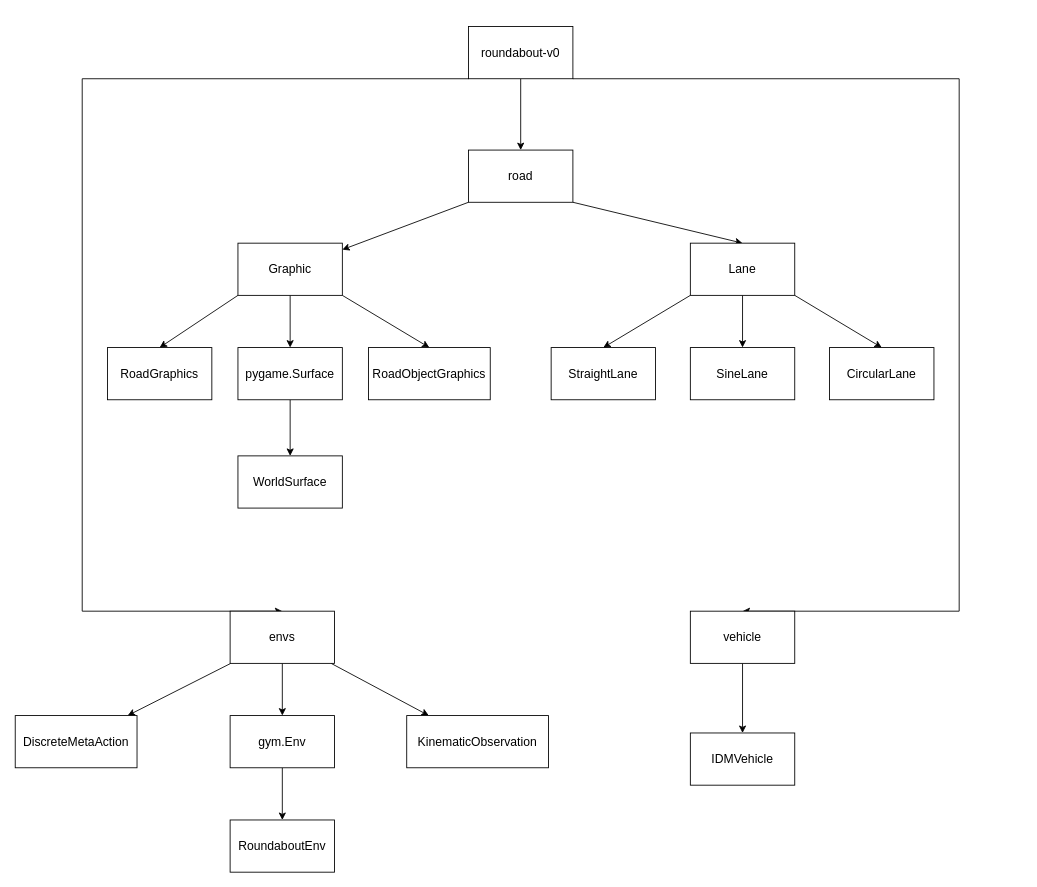
Above: roundabout-v0架构.drawio in freemedom/drawio (draw.io), before the change. Source tidied: cells renumbered, new cells numbered last; positions are measured from the earlier drawing's top-left corner, leaving out a move shared by most shapes. Both pictures are drawn from the tidied source at 87%, with x=0, y=0 at pixel (15, 26).
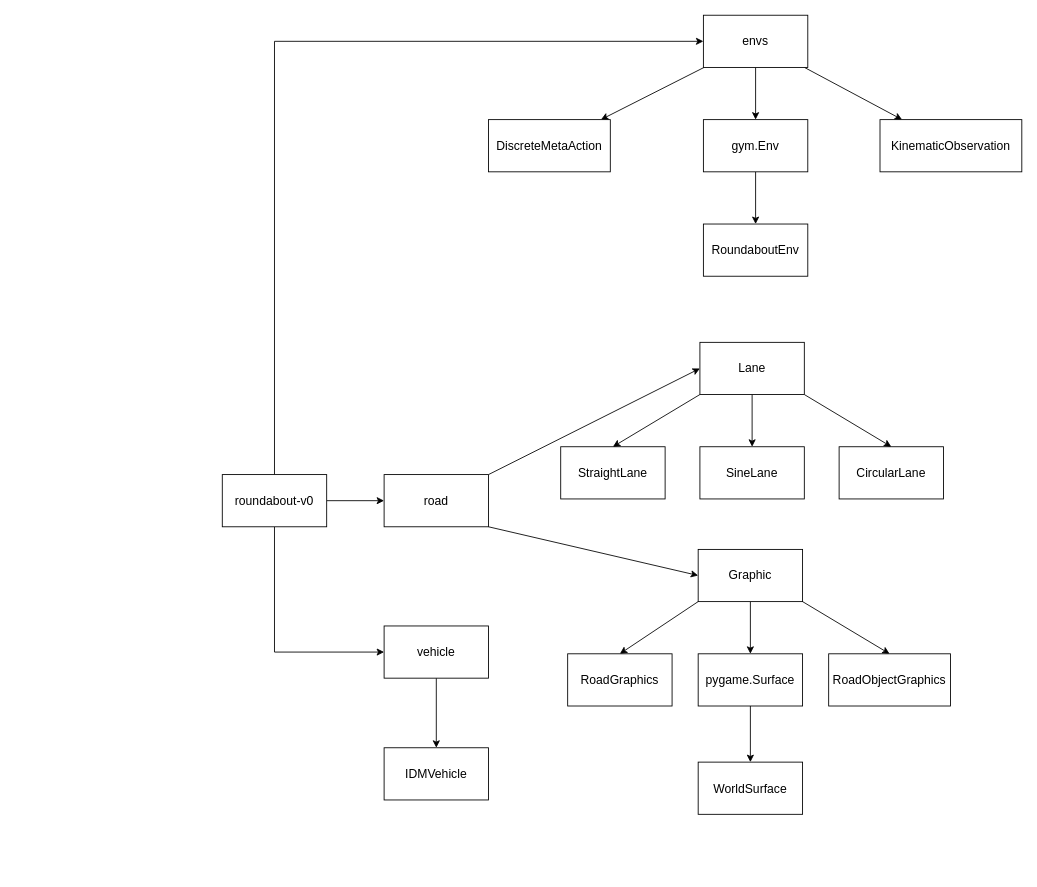
The same page after the edit.

Diff of the diagram source:
```diff
@@
+    <mxCell id="4" style="edgeStyle=orthogonalEdgeStyle;rounded=0;jettySize=auto;html=1;" parent="1" edge="1" source="5" target="26">
+      <mxGeometry relative="1" as="geometry" />
+    </mxCell>
+    <mxCell id="3" style="edgeStyle=orthogonalEdgeStyle;rounded=0;jettySize=auto;html=1;exitX=0.5;exitY=1;exitDx=0;exitDy=0;entryX=0;entryY=0.5;entryDx=0;entryDy=0;" parent="1" edge="1" source="5" target="15">
+      <mxGeometry relative="1" as="geometry" />
+    </mxCell>
-    <mxCell id="2" style="rounded=0;jettySize=auto;html=1;exitX=0;exitY=1;exitDx=0;exitDy=0;entryX=0.5;entryY=0;entryDx=0;entryDy=0;edgeStyle=orthogonalEdgeStyle;" parent="1" edge="1" source="5" target="9">
-      <mxGeometry relative="1" as="geometry">
-        <Array as="points">
-          <mxPoint x="77" y="60" />
-          <mxPoint x="77" y="672" />
-        </Array>
-      </mxGeometry>
+    <mxCell id="2" style="edgeStyle=orthogonalEdgeStyle;rounded=0;jettySize=auto;html=1;exitX=0.5;exitY=0;exitDx=0;exitDy=0;entryX=0;entryY=0.5;entryDx=0;entryDy=0;" parent="1" edge="1" source="5" target="9">
+      <mxGeometry relative="1" as="geometry" />
     </mxCell>
-    <mxCell id="3" style="rounded=0;jettySize=auto;html=1;exitX=1;exitY=1;exitDx=0;exitDy=0;entryX=0.5;entryY=0;entryDx=0;entryDy=0;edgeStyle=orthogonalEdgeStyle;" parent="1" edge="1" source="5" target="15">
-      <mxGeometry relative="1" as="geometry">
-        <Array as="points">
-          <mxPoint x="1085" y="60" />
-          <mxPoint x="1085" y="672" />
-        </Array>
-      </mxGeometry>
-    </mxCell>
-    <mxCell id="4" style="edgeStyle=orthogonalEdgeStyle;rounded=0;jettySize=auto;html=1;" parent="1" edge="1" source="5" target="26">
-      <mxGeometry relative="1" as="geometry" />
-    </mxCell>
     <mxCell id="5" value="&lt;font style=&quot;font-size: 14px;&quot;&gt;roundabout-v0&lt;/font&gt;" style="rounded=0;whiteSpace=wrap;html=1;" parent="1" vertex="1">
-      <mxGeometry x="521" width="120" height="60" as="geometry" />
+      <mxGeometry x="238" y="515" width="120" height="60" as="geometry" />
     </mxCell>
@@
     <mxCell id="9" value="&lt;font style=&quot;font-size: 14px;&quot;&gt;envs&lt;/font&gt;" style="rounded=0;whiteSpace=wrap;html=1;" parent="1" vertex="1">
-      <mxGeometry x="247" y="672" width="120" height="60" as="geometry" />
+      <mxGeometry x="791" y="-13" width="120" height="60" as="geometry" />
     </mxCell>
@@
     <mxCell id="13" value="&lt;font style=&quot;font-size: 14px;&quot;&gt;Graphic&lt;/font&gt;" style="rounded=0;whiteSpace=wrap;html=1;" parent="1" vertex="1">
-      <mxGeometry x="256" y="249" width="120" height="60" as="geometry" />
+      <mxGeometry x="785" y="601" width="120" height="60" as="geometry" />
     </mxCell>
@@
     <mxCell id="15" value="&lt;font style=&quot;font-size: 14px;&quot;&gt;vehicle&lt;/font&gt;" style="rounded=0;whiteSpace=wrap;html=1;" parent="1" vertex="1">
-      <mxGeometry x="776" y="672" width="120" height="60" as="geometry" />
+      <mxGeometry x="424" y="689" width="120" height="60" as="geometry" />
     </mxCell>
@@
     <mxCell id="17" value="&lt;font style=&quot;font-size: 14px;&quot;&gt;gym.Env&lt;/font&gt;" style="rounded=0;whiteSpace=wrap;html=1;" parent="1" vertex="1">
-      <mxGeometry x="247" y="792" width="120" height="60" as="geometry" />
+      <mxGeometry x="791" y="107" width="120" height="60" as="geometry" />
     </mxCell>
@@
     <mxCell id="19" value="&lt;font style=&quot;font-size: 14px;&quot;&gt;pygame.Surface&lt;/font&gt;" style="rounded=0;whiteSpace=wrap;html=1;" parent="1" vertex="1">
-      <mxGeometry x="256" y="369" width="120" height="60" as="geometry" />
+      <mxGeometry x="785" y="721" width="120" height="60" as="geometry" />
     </mxCell>
     <mxCell id="20" value="&lt;font style=&quot;font-size: 14px;&quot;&gt;RoundaboutEnv&lt;/font&gt;" style="rounded=0;whiteSpace=wrap;html=1;" parent="1" vertex="1">
-      <mxGeometry x="247" y="912" width="120" height="60" as="geometry" />
+      <mxGeometry x="791" y="227" width="120" height="60" as="geometry" />
     </mxCell>
     <mxCell id="21" value="&lt;font style=&quot;font-size: 14px;&quot;&gt;WorldSurface&lt;/font&gt;" style="rounded=0;whiteSpace=wrap;html=1;" parent="1" vertex="1">
-      <mxGeometry x="256" y="493.5" width="120" height="60" as="geometry" />
+      <mxGeometry x="785" y="845.5" width="120" height="60" as="geometry" />
     </mxCell>
     <mxCell id="22" value="&lt;font style=&quot;font-size: 14px;&quot;&gt;RoadGraphics&lt;/font&gt;" style="rounded=0;whiteSpace=wrap;html=1;" parent="1" vertex="1">
-      <mxGeometry x="106" y="369" width="120" height="60" as="geometry" />
+      <mxGeometry x="635" y="721" width="120" height="60" as="geometry" />
     </mxCell>
     <mxCell id="23" value="&lt;font style=&quot;font-size: 14px;&quot;&gt;RoadObjectGraphics&lt;/font&gt;" style="rounded=0;whiteSpace=wrap;html=1;" parent="1" vertex="1">
-      <mxGeometry x="406" y="369" width="140" height="60" as="geometry" />
+      <mxGeometry x="935" y="721" width="140" height="60" as="geometry" />
     </mxCell>
+    <mxCell id="25" style="rounded=0;jettySize=auto;html=1;exitX=1;exitY=0;exitDx=0;exitDy=0;entryX=0;entryY=0.5;entryDx=0;entryDy=0;" parent="1" edge="1" source="26" target="33">
+      <mxGeometry relative="1" as="geometry" />
+    </mxCell>
-    <mxCell id="24" style="rounded=0;jettySize=auto;html=1;exitX=0;exitY=1;exitDx=0;exitDy=0;" parent="1" edge="1" source="26" target="13">
+    <mxCell id="24" style="rounded=0;jettySize=auto;html=1;exitX=1;exitY=1;exitDx=0;exitDy=0;entryX=0;entryY=0.5;entryDx=0;entryDy=0;" parent="1" edge="1" source="26" target="13">
       <mxGeometry relative="1" as="geometry" />
     </mxCell>
-    <mxCell id="25" style="edgeStyle=none;shape=connector;rounded=0;jettySize=auto;html=1;exitX=1;exitY=1;exitDx=0;exitDy=0;entryX=0.5;entryY=0;entryDx=0;entryDy=0;labelBackgroundColor=default;strokeColor=default;fontFamily=Helvetica;fontSize=11;fontColor=default;endArrow=classic;" parent="1" edge="1" source="26" target="33">
-      <mxGeometry relative="1" as="geometry" />
-    </mxCell>
     <mxCell id="26" value="&lt;font style=&quot;font-size: 14px;&quot;&gt;road&lt;/font&gt;" style="rounded=0;whiteSpace=wrap;html=1;" parent="1" vertex="1">
-      <mxGeometry x="521" y="142" width="120" height="60" as="geometry" />
+      <mxGeometry x="424" y="515" width="120" height="60" as="geometry" />
     </mxCell>
     <mxCell id="27" value="&lt;font style=&quot;font-size: 14px;&quot;&gt;StraightLane&lt;/font&gt;" style="rounded=0;whiteSpace=wrap;html=1;" parent="1" vertex="1">
-      <mxGeometry x="616" y="369" width="120" height="60" as="geometry" />
+      <mxGeometry x="627" y="483" width="120" height="60" as="geometry" />
     </mxCell>
     <mxCell id="28" value="&lt;font style=&quot;font-size: 14px;&quot;&gt;SineLane&lt;/font&gt;" style="rounded=0;whiteSpace=wrap;html=1;" parent="1" vertex="1">
-      <mxGeometry x="776" y="369" width="120" height="60" as="geometry" />
+      <mxGeometry x="787" y="483" width="120" height="60" as="geometry" />
     </mxCell>
     <mxCell id="29" value="&lt;font style=&quot;font-size: 14px;&quot;&gt;CircularLane&lt;/font&gt;" style="rounded=0;whiteSpace=wrap;html=1;" parent="1" vertex="1">
-      <mxGeometry x="936" y="369" width="120" height="60" as="geometry" />
+      <mxGeometry x="947" y="483" width="120" height="60" as="geometry" />
     </mxCell>
@@
     <mxCell id="33" value="&lt;font style=&quot;font-size: 14px;&quot;&gt;Lane&lt;/font&gt;" style="rounded=0;whiteSpace=wrap;html=1;" parent="1" vertex="1">
-      <mxGeometry x="776" y="249" width="120" height="60" as="geometry" />
+      <mxGeometry x="787" y="363" width="120" height="60" as="geometry" />
     </mxCell>
     <mxCell id="34" value="&lt;font style=&quot;font-size: 14px;&quot;&gt;IDMVehicle&lt;/font&gt;" style="rounded=0;whiteSpace=wrap;html=1;" parent="1" vertex="1">
-      <mxGeometry x="776" y="812" width="120" height="60" as="geometry" />
+      <mxGeometry x="424" y="829" width="120" height="60" as="geometry" />
     </mxCell>
     <mxCell id="35" value="&lt;font style=&quot;font-size: 14px;&quot;&gt;DiscreteMetaAction&lt;/font&gt;" style="rounded=0;whiteSpace=wrap;html=1;" parent="1" vertex="1">
-      <mxGeometry y="792" width="140" height="60" as="geometry" />
+      <mxGeometry x="544" y="107" width="140" height="60" as="geometry" />
     </mxCell>
     <mxCell id="36" value="&lt;font style=&quot;font-size: 14px;&quot;&gt;KinematicObservation&lt;/font&gt;" style="rounded=0;whiteSpace=wrap;html=1;" parent="1" vertex="1">
-      <mxGeometry x="450" y="792" width="163" height="60" as="geometry" />
+      <mxGeometry x="994" y="107" width="163" height="60" as="geometry" />
     </mxCell>
```
